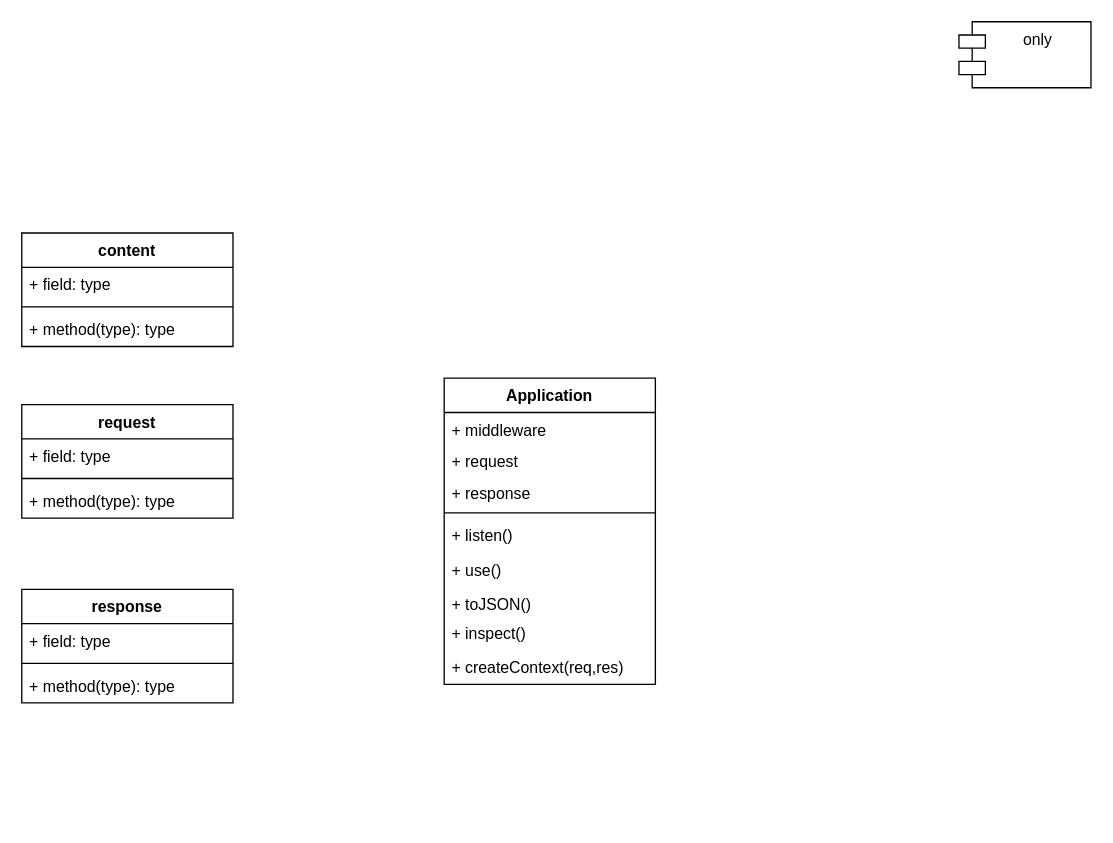
Above: koa.drawio in wbbhacker/drawFile (draw.io), before the change. Source tidied: cells renumbered, new cells numbered last; positions are measured from the earlier drawing's top-left corner, leaving out a move shared by most shapes. Both pictures are drawn from the tidied source at 132%, with x=0, y=0 at pixel (21, 21).
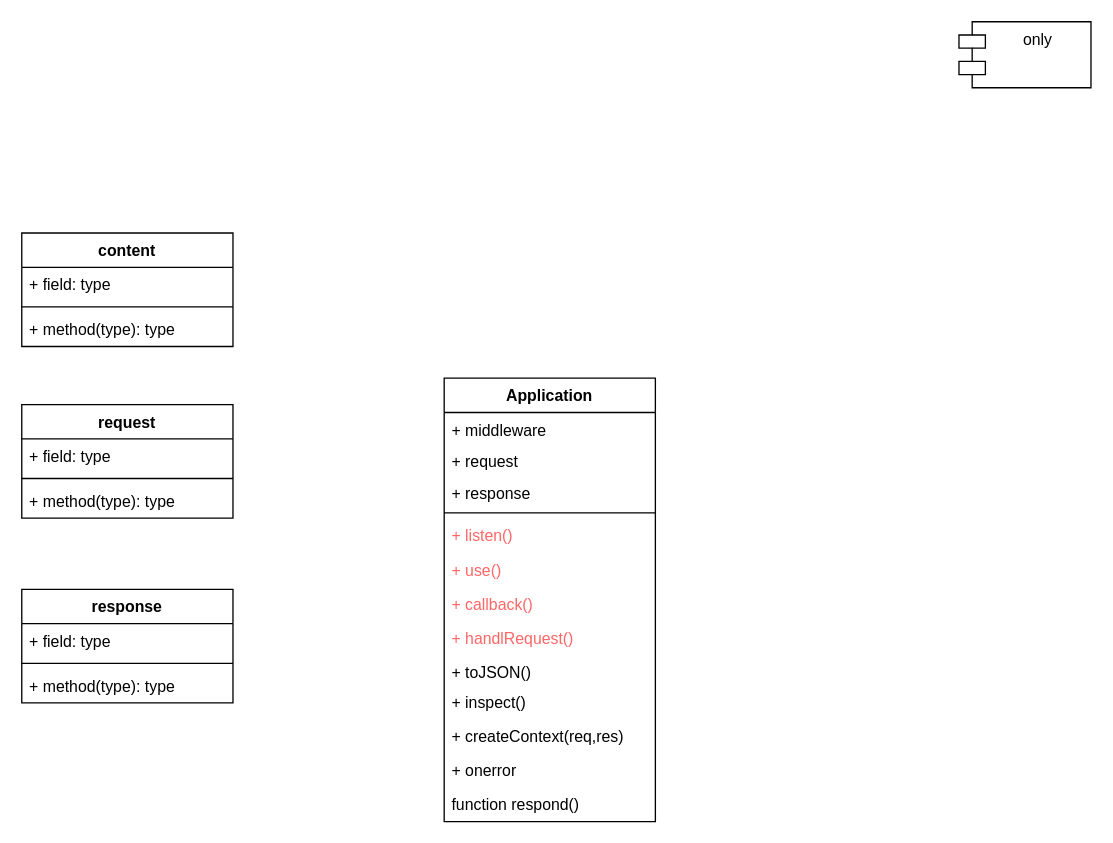
The same page after the edit.

The edit, as a diff of the source:
```diff
@@
     <mxCell id="2" value="Application" style="swimlane;fontStyle=1;align=center;verticalAlign=top;horizontal=1;startSize=26;" parent="1" vertex="1">
-      <mxGeometry x="320" y="270" width="160" height="232" as="geometry" />
+      <mxGeometry x="320" y="270" width="160" height="336" as="geometry" />
     </mxCell>
@@
-    <mxCell id="7" value="+ listen()" style="text;strokeColor=none;fillColor=none;align=left;verticalAlign=top;spacingLeft=4;spacingRight=4;overflow=hidden;" parent="2" vertex="1">
+    <mxCell id="7" value="+ listen()" style="text;strokeColor=none;fillColor=none;align=left;verticalAlign=top;spacingLeft=4;spacingRight=4;overflow=hidden;fontColor=#FF6666;" parent="2" vertex="1">
       <mxGeometry y="106" width="160" height="26" as="geometry" />
     </mxCell>
+    <mxCell id="25" value="+ use()" style="text;strokeColor=none;fillColor=none;align=left;verticalAlign=top;spacingLeft=4;spacingRight=4;overflow=hidden;fontColor=#FF6666;" parent="2" vertex="1">
+      <mxGeometry y="132" width="160" height="26" as="geometry" />
+    </mxCell>
+    <mxCell id="26" value="+ callback()" style="text;strokeColor=none;fillColor=none;align=left;verticalAlign=top;spacingLeft=4;spacingRight=4;overflow=hidden;fontColor=#FF6666;" parent="2" vertex="1">
+      <mxGeometry y="158" width="160" height="26" as="geometry" />
+    </mxCell>
-    <mxCell id="8" value="+ use()" style="text;strokeColor=none;fillColor=none;align=left;verticalAlign=top;spacingLeft=4;spacingRight=4;overflow=hidden;" parent="2" vertex="1">
-      <mxGeometry y="132" width="160" height="26" as="geometry" />
+    <mxCell id="8" value="+ handlRequest()" style="text;strokeColor=none;fillColor=none;align=left;verticalAlign=top;spacingLeft=4;spacingRight=4;overflow=hidden;fontColor=#FF6666;" parent="2" vertex="1">
+      <mxGeometry y="184" width="160" height="26" as="geometry" />
     </mxCell>
     <mxCell id="9" value="+ toJSON()" style="text;strokeColor=none;fillColor=none;align=left;verticalAlign=top;spacingLeft=4;spacingRight=4;overflow=hidden;" parent="2" vertex="1">
-      <mxGeometry y="158" width="160" height="22" as="geometry" />
+      <mxGeometry y="210" width="160" height="22" as="geometry" />
     </mxCell>
     <mxCell id="10" value="+ inspect()" style="text;strokeColor=none;fillColor=none;align=left;verticalAlign=top;spacingLeft=4;spacingRight=4;overflow=hidden;" parent="2" vertex="1">
-      <mxGeometry y="180" width="160" height="26" as="geometry" />
+      <mxGeometry y="232" width="160" height="26" as="geometry" />
     </mxCell>
+    <mxCell id="27" value="+ createContext(req,res)" style="text;strokeColor=none;fillColor=none;align=left;verticalAlign=top;spacingLeft=4;spacingRight=4;overflow=hidden;" parent="2" vertex="1">
+      <mxGeometry y="258" width="160" height="26" as="geometry" />
+    </mxCell>
+    <mxCell id="28" value="+ onerror" style="text;strokeColor=none;fillColor=none;align=left;verticalAlign=top;spacingLeft=4;spacingRight=4;overflow=hidden;" parent="2" vertex="1">
+      <mxGeometry y="284" width="160" height="26" as="geometry" />
+    </mxCell>
-    <mxCell id="11" value="+ createContext(req,res)" style="text;strokeColor=none;fillColor=none;align=left;verticalAlign=top;spacingLeft=4;spacingRight=4;overflow=hidden;" parent="2" vertex="1">
-      <mxGeometry y="206" width="160" height="26" as="geometry" />
+    <mxCell id="11" value="function respond()" style="text;strokeColor=none;fillColor=none;align=left;verticalAlign=top;spacingLeft=4;spacingRight=4;overflow=hidden;" parent="2" vertex="1">
+      <mxGeometry y="310" width="160" height="26" as="geometry" />
     </mxCell>
```
